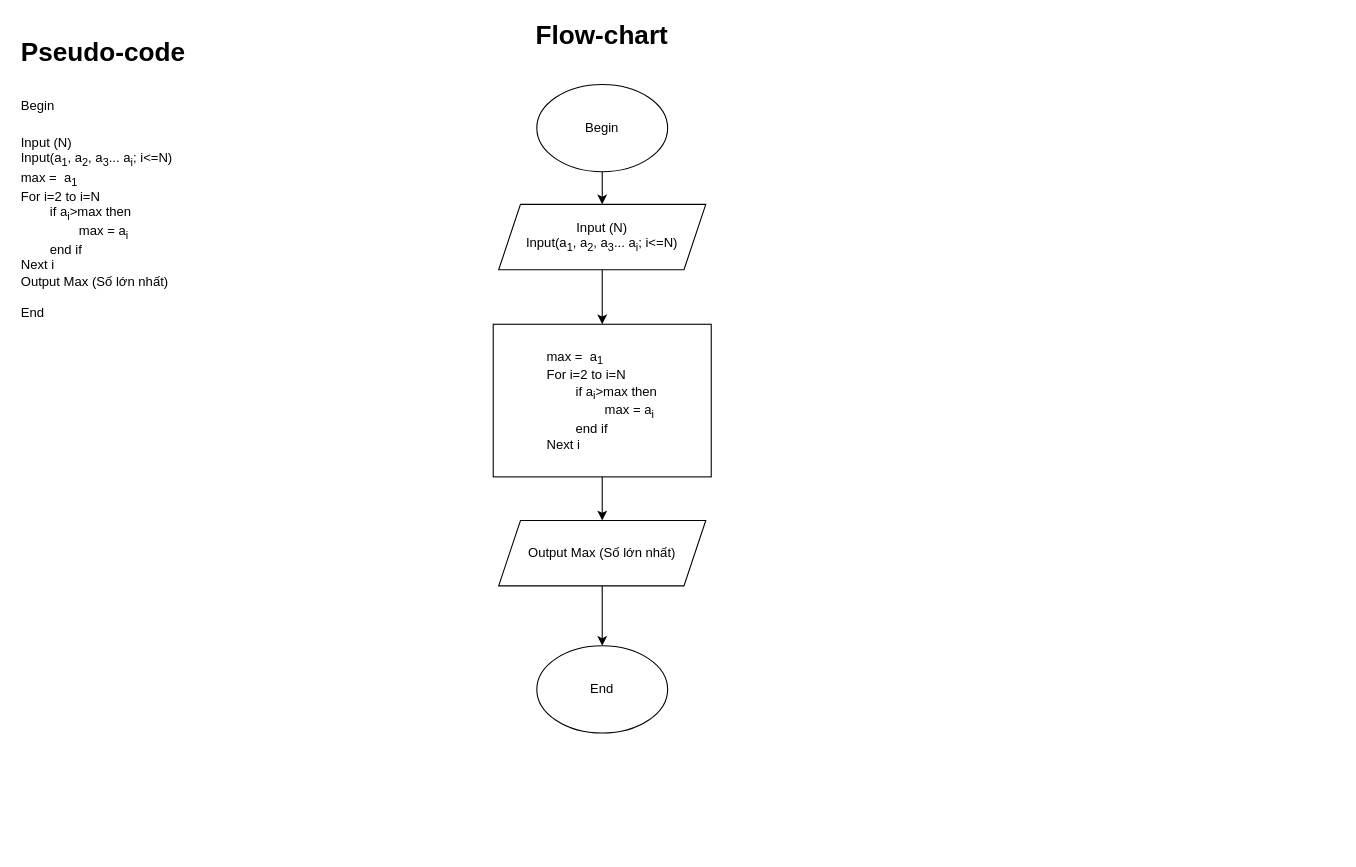
nnthoi1994/C0625G1---NguyenNgocThoi keeps this draw.io diagram as ss3_ma_gia_luu_do/Bai_tap/4/Pseudo+Flowchart_BT4.drawio. Above is the earlier version. Source tidied: cells renumbered, new cells numbered last; positions are measured from the earlier drawing's top-left corner, leaving out a move shared by most shapes. Both pictures are drawn from the tidied source at 109%, with x=0, y=0 at pixel (19, 19).
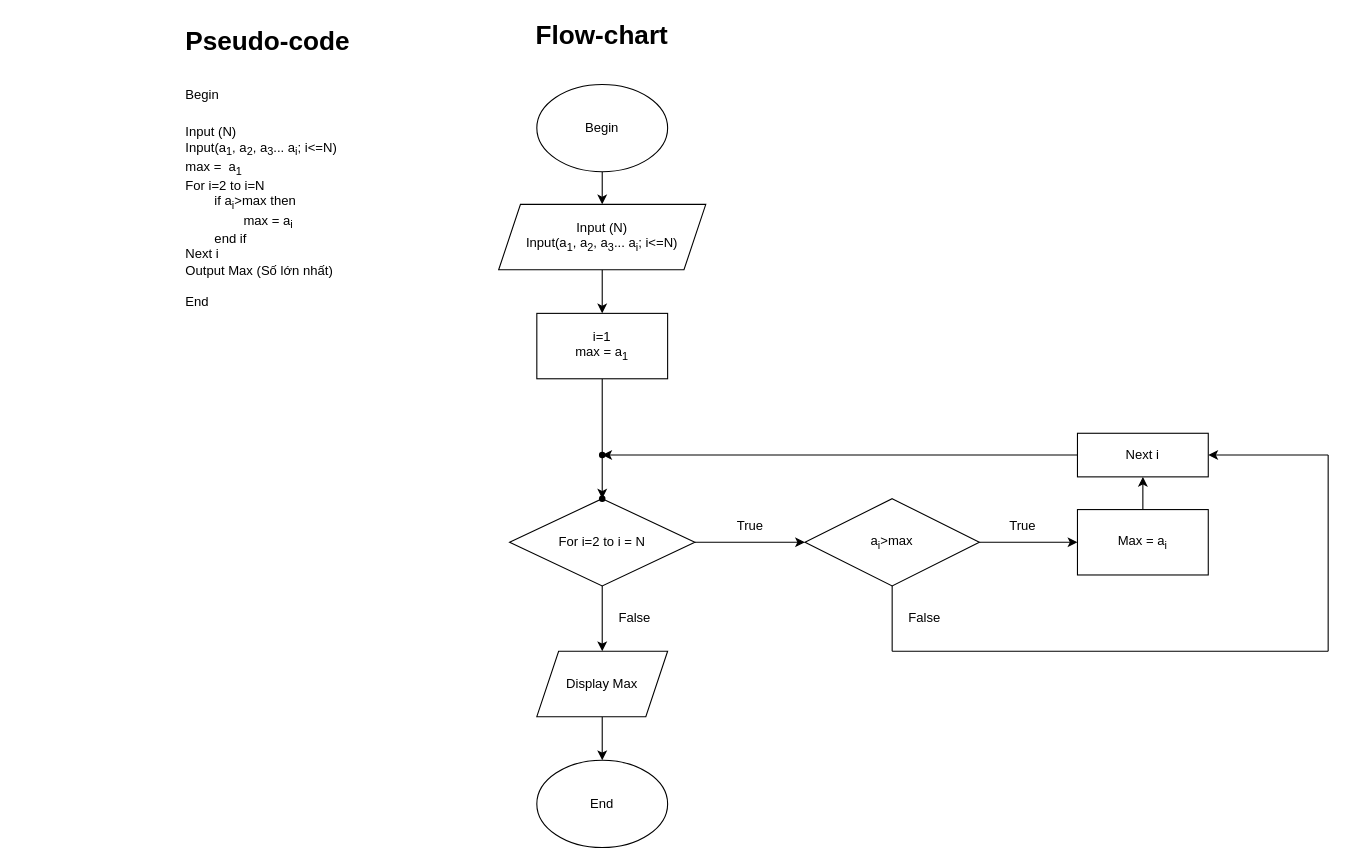
Above is the later version.

Unchanged cells that the change refers to:
```xml
<mxCell id="7" value="Input (N)&lt;br&gt;&lt;span style=&quot;text-align: left;&quot;&gt;Input(a&lt;/span&gt;&lt;sub style=&quot;text-align: left;&quot;&gt;1&lt;/sub&gt;&lt;span style=&quot;text-align: left;&quot;&gt;, a&lt;/span&gt;&lt;sub style=&quot;text-align: left;&quot;&gt;2&lt;/sub&gt;&lt;span style=&quot;text-align: left;&quot;&gt;, a&lt;/span&gt;&lt;sub style=&quot;text-align: left;&quot;&gt;3&lt;/sub&gt;&lt;span style=&quot;text-align: left;&quot;&gt;... a&lt;/span&gt;&lt;sub style=&quot;text-align: left;&quot;&gt;i&lt;/sub&gt;&lt;span style=&quot;text-align: left;&quot;&gt;; i&amp;lt;=N)&lt;/span&gt;" style="shape=parallelogram;perimeter=parallelogramPerimeter;whiteSpace=wrap;html=1;fixedSize=1;" parent="1" vertex="1">
  <mxGeometry x="440" y="170" width="190" height="60" as="geometry" />
</mxCell>
```

Change to the diagram source:
```diff
@@
     <mxCell id="2" value="&lt;h1 style=&quot;margin-top: 0px;&quot;&gt;&lt;span style=&quot;background-color: transparent; color: light-dark(rgb(0, 0, 0), rgb(255, 255, 255));&quot;&gt;Pseudo-code&lt;/span&gt;&lt;/h1&gt;&lt;h1 style=&quot;margin-top: 0px;&quot;&gt;&lt;span style=&quot;font-size: 12px; font-weight: 400;&quot;&gt;Begin&lt;/span&gt;&lt;/h1&gt;&lt;div&gt;&lt;span style=&quot;font-size: 12px; font-weight: 400;&quot;&gt;Input (N)&lt;/span&gt;&lt;/div&gt;&lt;div&gt;&lt;span style=&quot;font-size: 12px; font-weight: 400;&quot;&gt;Input(a&lt;sub&gt;1&lt;/sub&gt;, a&lt;sub&gt;2&lt;/sub&gt;, a&lt;sub&gt;3&lt;/sub&gt;... a&lt;sub&gt;i&lt;/sub&gt;; i&amp;lt;=N)&lt;/span&gt;&lt;/div&gt;&lt;div&gt;&lt;span style=&quot;font-size: 12px; font-weight: 400;&quot;&gt;max =&amp;nbsp; a&lt;sub&gt;1&lt;/sub&gt;&lt;/span&gt;&lt;/div&gt;&lt;div&gt;For i=2 to i=N&lt;/div&gt;&lt;div&gt;&lt;span style=&quot;white-space: pre;&quot;&gt;&#9;&lt;/span&gt;if a&lt;sub&gt;i&lt;/sub&gt;&amp;gt;max then&lt;/div&gt;&lt;div&gt;&lt;span style=&quot;white-space: pre;&quot;&gt;&#9;&lt;/span&gt;&lt;span style=&quot;white-space: pre;&quot;&gt;&#9;&lt;/span&gt;max = a&lt;sub&gt;i&lt;/sub&gt;&lt;/div&gt;&lt;div&gt;&lt;span style=&quot;white-space: pre;&quot;&gt;&#9;&lt;/span&gt;end if&lt;/div&gt;&lt;div&gt;Next i&lt;/div&gt;&lt;div&gt;Output Max (Số lớn nhất)&lt;/div&gt;&lt;div&gt;&lt;br&gt;&lt;/div&gt;&lt;div&gt;End&lt;/div&gt;&lt;div&gt;&lt;br&gt;&lt;/div&gt;" style="text;html=1;whiteSpace=wrap;overflow=hidden;rounded=0;" parent="1" vertex="1">
-      <mxGeometry y="10" width="180" height="290" as="geometry" />
+      <mxGeometry x="151" width="180" height="290" as="geometry" />
     </mxCell>
@@
-    <mxCell id="6" style="edgeStyle=orthogonalEdgeStyle;rounded=0;jettySize=auto;html=1;" parent="1" edge="1" source="7" target="9">
-      <mxGeometry relative="1" as="geometry" />
-    </mxCell>
+    <mxCell id="13" style="edgeStyle=orthogonalEdgeStyle;rounded=0;jettySize=auto;html=1;" parent="1" edge="1" source="7" target="15">
+      <mxGeometry relative="1" as="geometry" />
+    </mxCell>
@@
-    <mxCell id="8" style="edgeStyle=orthogonalEdgeStyle;rounded=0;jettySize=auto;html=1;" parent="1" edge="1" source="9" target="11">
-      <mxGeometry relative="1" as="geometry" />
-    </mxCell>
-    <mxCell id="9" value="&lt;div style=&quot;text-align: left;&quot;&gt;max =&amp;nbsp; a&lt;sub&gt;1&lt;/sub&gt;&lt;/div&gt;&lt;div style=&quot;text-align: left;&quot;&gt;For i=2 to i=N&lt;/div&gt;&lt;div style=&quot;text-align: left;&quot;&gt;&lt;span style=&quot;white-space: pre;&quot;&gt;&#9;&lt;/span&gt;if a&lt;sub&gt;i&lt;/sub&gt;&amp;gt;max then&lt;/div&gt;&lt;div style=&quot;text-align: left;&quot;&gt;&lt;span style=&quot;white-space: pre;&quot;&gt;&#9;&lt;/span&gt;&lt;span style=&quot;white-space: pre;&quot;&gt;&#9;&lt;/span&gt;max = a&lt;sub&gt;i&lt;/sub&gt;&lt;/div&gt;&lt;div style=&quot;text-align: left;&quot;&gt;&lt;span style=&quot;white-space: pre;&quot;&gt;&#9;&lt;/span&gt;end if&lt;/div&gt;&lt;div style=&quot;text-align: left;&quot;&gt;Next i&lt;/div&gt;" style="rounded=0;whiteSpace=wrap;html=1;" parent="1" vertex="1">
-      <mxGeometry x="435" y="280" width="200" height="140" as="geometry" />
-    </mxCell>
-    <mxCell id="10" style="edgeStyle=orthogonalEdgeStyle;rounded=0;jettySize=auto;html=1;" parent="1" edge="1" source="11" target="12">
-      <mxGeometry relative="1" as="geometry" />
-    </mxCell>
-    <mxCell id="11" value="&lt;span style=&quot;text-align: left;&quot;&gt;Output Max (Số lớn nhất)&lt;/span&gt;" style="shape=parallelogram;perimeter=parallelogramPerimeter;whiteSpace=wrap;html=1;fixedSize=1;" parent="1" vertex="1">
-      <mxGeometry x="440" y="460" width="190" height="60" as="geometry" />
-    </mxCell>
     <mxCell id="12" value="End" style="ellipse;whiteSpace=wrap;html=1;" parent="1" vertex="1">
-      <mxGeometry x="475" y="575" width="120" height="80" as="geometry" />
+      <mxGeometry x="475" y="680" width="120" height="80" as="geometry" />
     </mxCell>
+    <mxCell id="14" style="edgeStyle=orthogonalEdgeStyle;rounded=0;jettySize=auto;html=1;" parent="1" edge="1" source="15" target="22">
+      <mxGeometry relative="1" as="geometry" />
+    </mxCell>
+    <mxCell id="15" value="i=1&lt;div&gt;max = a&lt;sub&gt;1&lt;/sub&gt;&lt;/div&gt;" style="rounded=0;whiteSpace=wrap;html=1;" parent="1" vertex="1">
+      <mxGeometry x="475" y="270" width="120" height="60" as="geometry" />
+    </mxCell>
+    <mxCell id="16" style="edgeStyle=orthogonalEdgeStyle;rounded=0;jettySize=auto;html=1;" parent="1" edge="1" source="17" target="19">
+      <mxGeometry relative="1" as="geometry" />
+    </mxCell>
+    <mxCell id="17" value="For i=2 to i = N" style="rhombus;whiteSpace=wrap;html=1;" parent="1" vertex="1">
+      <mxGeometry x="450" y="440" width="170" height="80" as="geometry" />
+    </mxCell>
+    <mxCell id="18" style="edgeStyle=orthogonalEdgeStyle;rounded=0;jettySize=auto;html=1;" parent="1" edge="1" source="19" target="25">
+      <mxGeometry relative="1" as="geometry" />
+    </mxCell>
+    <mxCell id="19" value="a&lt;sub&gt;i&lt;/sub&gt;&amp;gt;max" style="rhombus;whiteSpace=wrap;html=1;" parent="1" vertex="1">
+      <mxGeometry x="721" y="440" width="160" height="80" as="geometry" />
+    </mxCell>
+    <mxCell id="20" style="edgeStyle=orthogonalEdgeStyle;rounded=0;jettySize=auto;html=1;" parent="1" edge="1" source="21" target="23">
+      <mxGeometry relative="1" as="geometry" />
+    </mxCell>
+    <mxCell id="21" value="Next i" style="rounded=0;whiteSpace=wrap;html=1;" parent="1" vertex="1">
+      <mxGeometry x="971" y="380" width="120" height="40" as="geometry" />
+    </mxCell>
+    <mxCell id="22" style="shape=waypoint;sketch=0;size=6;points=[];fillColor=default;perimeter=centerPerimeter;snapToPoint=1;rounded=0;" parent="1" vertex="1">
+      <mxGeometry x="525" y="430" width="20" height="20" as="geometry" />
+    </mxCell>
+    <mxCell id="23" style="shape=waypoint;sketch=0;size=6;points=[];fillColor=default;perimeter=centerPerimeter;snapToPoint=1;rounded=0;" parent="1" vertex="1">
+      <mxGeometry x="525" y="390" width="20" height="20" as="geometry" />
+    </mxCell>
+    <mxCell id="24" style="edgeStyle=orthogonalEdgeStyle;rounded=0;jettySize=auto;html=1;" parent="1" edge="1" source="25" target="21">
+      <mxGeometry relative="1" as="geometry" />
+    </mxCell>
+    <mxCell id="25" value="Max = a&lt;sub&gt;i&lt;/sub&gt;" style="rounded=0;whiteSpace=wrap;html=1;" parent="1" vertex="1">
+      <mxGeometry x="971" y="450" width="120" height="60" as="geometry" />
+    </mxCell>
+    <mxCell id="26" style="endArrow=classic;html=1;rounded=0;entryX=1;entryY=0.5;entryDx=0;entryDy=0;" parent="1" edge="1" target="21">
+      <mxGeometry relative="1" as="geometry">
+        <mxPoint x="1201" y="400" as="sourcePoint" />
+      </mxGeometry>
+    </mxCell>
+    <mxCell id="27" style="endArrow=none;html=1;rounded=0;" parent="1" edge="1">
+      <mxGeometry relative="1" as="geometry">
+        <mxPoint x="801" y="580" as="sourcePoint" />
+        <mxPoint x="801" y="520" as="targetPoint" />
+      </mxGeometry>
+    </mxCell>
+    <mxCell id="28" style="endArrow=none;html=1;rounded=0;" parent="1" edge="1">
+      <mxGeometry relative="1" as="geometry">
+        <mxPoint x="801" y="580" as="sourcePoint" />
+        <mxPoint x="1201" y="580" as="targetPoint" />
+      </mxGeometry>
+    </mxCell>
+    <mxCell id="29" style="endArrow=none;html=1;rounded=0;" parent="1" edge="1">
+      <mxGeometry relative="1" as="geometry">
+        <mxPoint x="1201" y="580" as="sourcePoint" />
+        <mxPoint x="1201" y="400" as="targetPoint" />
+      </mxGeometry>
+    </mxCell>
+    <mxCell id="30" style="endArrow=classic;html=1;rounded=0;exitX=0.5;exitY=1;exitDx=0;exitDy=0;" parent="1" edge="1" source="17">
+      <mxGeometry relative="1" as="geometry">
+        <mxPoint x="535" y="580" as="targetPoint" />
+      </mxGeometry>
+    </mxCell>
+    <mxCell id="31" style="edgeStyle=orthogonalEdgeStyle;rounded=0;jettySize=auto;html=1;" parent="1" edge="1" source="32" target="12">
+      <mxGeometry relative="1" as="geometry" />
+    </mxCell>
+    <mxCell id="32" value="Display Max" style="shape=parallelogram;perimeter=parallelogramPerimeter;whiteSpace=wrap;html=1;fixedSize=1;" parent="1" vertex="1">
+      <mxGeometry x="475" y="580" width="120" height="60" as="geometry" />
+    </mxCell>
+    <mxCell id="33" value="True" style="text;html=1;align=center;verticalAlign=middle;whiteSpace=wrap;rounded=0;" parent="1" vertex="1">
+      <mxGeometry x="641" y="450" width="60" height="30" as="geometry" />
+    </mxCell>
+    <mxCell id="34" value="True" style="text;html=1;align=center;verticalAlign=middle;whiteSpace=wrap;rounded=0;" parent="1" vertex="1">
+      <mxGeometry x="891" y="450" width="60" height="30" as="geometry" />
+    </mxCell>
+    <mxCell id="35" value="False" style="text;html=1;align=center;verticalAlign=middle;whiteSpace=wrap;rounded=0;" parent="1" vertex="1">
+      <mxGeometry x="535" y="534.5" width="60" height="30" as="geometry" />
+    </mxCell>
+    <mxCell id="36" value="False" style="text;html=1;align=center;verticalAlign=middle;whiteSpace=wrap;rounded=0;" parent="1" vertex="1">
+      <mxGeometry x="801" y="535" width="60" height="30" as="geometry" />
+    </mxCell>
```
